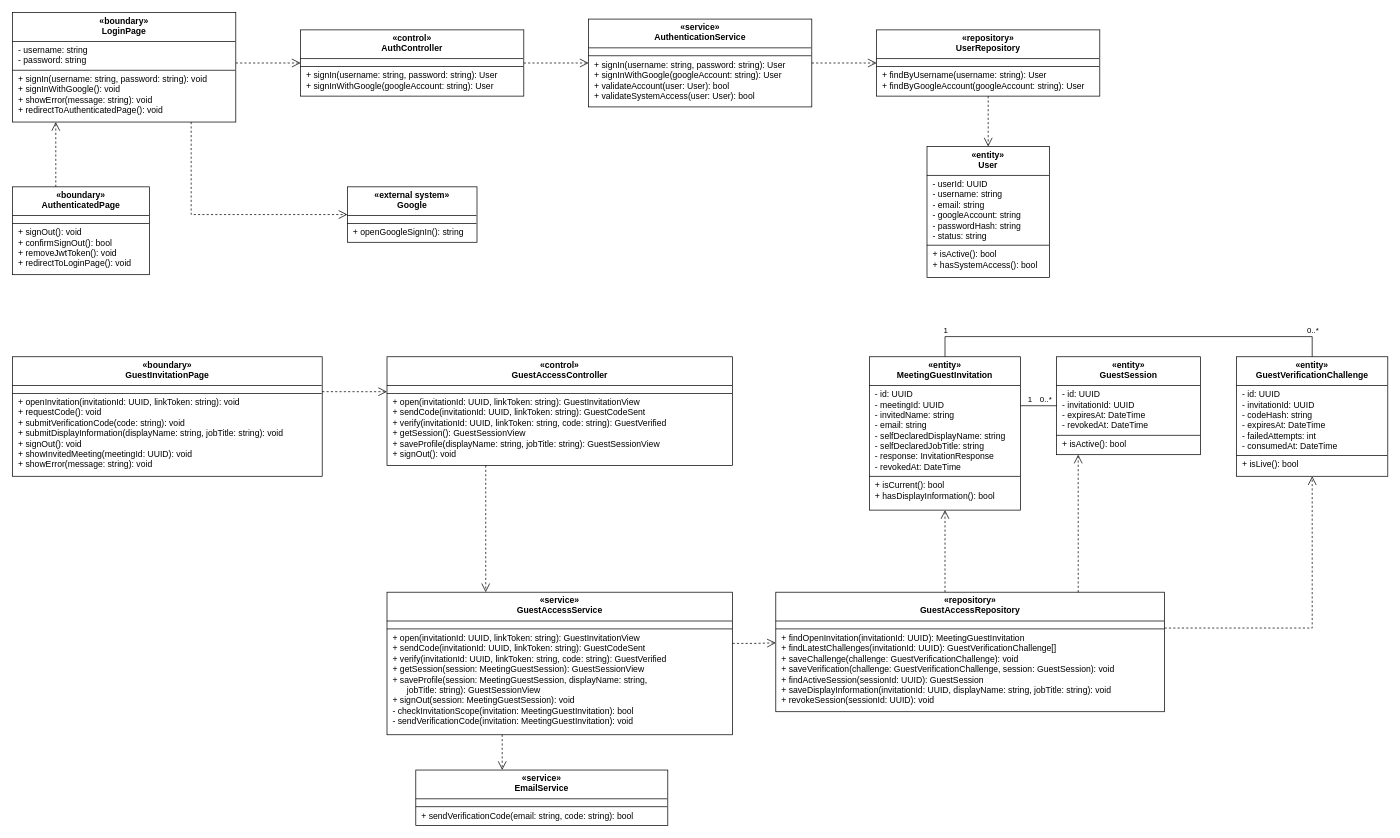
The draw.io diagram docs/07-classdiagram/feature-01-auth-class-diagram.drawio in callmehai/FU-FA26-G116, before the edit. Source tidied: cells renumbered, new cells numbered last; positions are measured from the earlier drawing's top-left corner, leaving out a move shared by most shapes. Both pictures are drawn from the tidied source at 72%, with x=0, y=0 at pixel (12, 12).
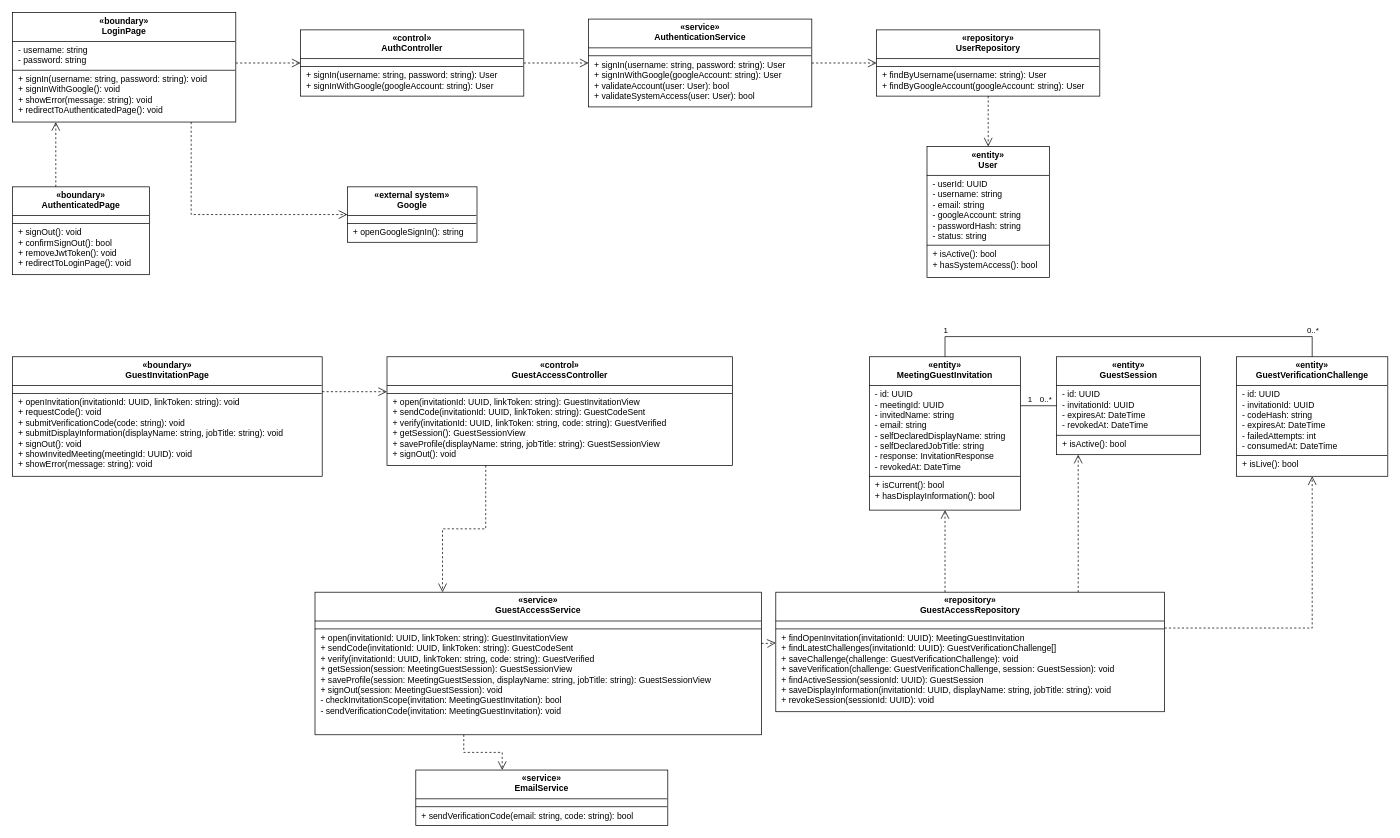
The same page after the edit.

The edit, as a diff of the source:
```diff
@@
-    <mxCell id="11" value="&lt;div style=&quot;text-align:center;font-weight:bold;padding:5px 4px 4px 4px;height:31px;&quot;&gt;«service»&lt;br&gt;GuestAccessService&lt;/div&gt;&lt;hr style=&quot;margin:0;border:none;border-top:1px solid #000000;height:0;&quot;&gt;&lt;div style=&quot;text-align:left;padding:5px 8px 5px 8px;white-space:nowrap;&quot;&gt;&lt;/div&gt;&lt;hr style=&quot;margin:0;border:none;border-top:1px solid #000000;height:0;&quot;&gt;&lt;div style=&quot;text-align:left;padding:5px 8px 5px 8px;white-space:nowrap;&quot;&gt;+ open(invitationId: UUID, linkToken: string): GuestInvitationView&lt;br&gt;+ sendCode(invitationId: UUID, linkToken: string): GuestCodeSent&lt;br&gt;+ verify(invitationId: UUID, linkToken: string, code: string): GuestVerified&lt;br&gt;+ getSession(session: MeetingGuestSession): GuestSessionView&lt;br&gt;+ saveProfile(session: MeetingGuestSession, displayName: string,&lt;br&gt;&amp;nbsp;&amp;nbsp;&amp;nbsp;&amp;nbsp;&amp;nbsp;&amp;nbsp;jobTitle: string): GuestSessionView&lt;br&gt;+ signOut(session: MeetingGuestSession): void&lt;br&gt;- checkInvitationScope(invitation: MeetingGuestInvitation): bool&lt;br&gt;- sendVerificationCode(invitation: MeetingGuestInvitation): void&lt;/div&gt;" style="rounded=0;whiteSpace=wrap;html=1;align=left;verticalAlign=top;spacing=0;overflow=fill;fillColor=#ffffff;strokeColor=#000000;fontSize=12;fontFamily=Helvetica;fontColor=#000000;" parent="1" vertex="1">
-      <mxGeometry x="520" y="805" width="480" height="198" as="geometry" />
+    <mxCell id="11" value="&lt;div style=&quot;text-align:center;font-weight:bold;padding:5px 4px 4px 4px;height:31px;&quot;&gt;«service»&lt;br&gt;GuestAccessService&lt;/div&gt;&lt;hr style=&quot;margin:0;border:none;border-top:1px solid #000000;height:0;&quot;&gt;&lt;div style=&quot;text-align:left;padding:5px 8px 5px 8px;white-space:nowrap;&quot;&gt;&lt;/div&gt;&lt;hr style=&quot;margin:0;border:none;border-top:1px solid #000000;height:0;&quot;&gt;&lt;div style=&quot;text-align:left;padding:5px 8px 5px 8px;white-space:nowrap;&quot;&gt;+ open(invitationId: UUID, linkToken: string): GuestInvitationView&lt;br&gt;+ sendCode(invitationId: UUID, linkToken: string): GuestCodeSent&lt;br&gt;+ verify(invitationId: UUID, linkToken: string, code: string): GuestVerified&lt;br&gt;+ getSession(session: MeetingGuestSession): GuestSessionView&lt;br&gt;+ saveProfile(session: MeetingGuestSession, displayName: string, jobTitle: string): GuestSessionView&lt;br&gt;+ signOut(session: MeetingGuestSession): void&lt;br&gt;- checkInvitationScope(invitation: MeetingGuestInvitation): bool&lt;br&gt;- sendVerificationCode(invitation: MeetingGuestInvitation): void&lt;/div&gt;" style="rounded=0;whiteSpace=wrap;html=1;align=left;verticalAlign=top;spacing=0;overflow=fill;fillColor=#ffffff;strokeColor=#000000;fontSize=12;fontFamily=Helvetica;fontColor=#000000;" parent="1" vertex="1">
+      <mxGeometry x="420" y="805" width="620" height="198" as="geometry" />
     </mxCell>
```
